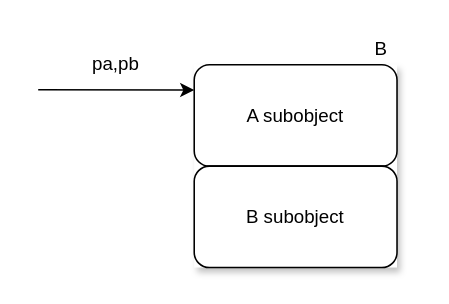
Earlier version of the draw.io diagram Untitled Diagram.drawio (catwang01/Pictures). Source tidied: cells renumbered, new cells numbered last; positions are measured from the earlier drawing's top-left corner, leaving out a move shared by most shapes. Both pictures are drawn from the tidied source at 156%, with x=0, y=0 at pixel (37, 33).
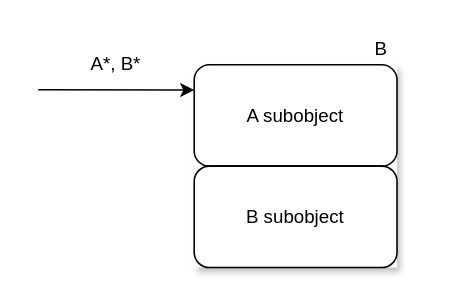
The same page after the edit.

Commit message:
Inside the C++ object model - 1

Diff of the diagram source:
```diff
@@
 <mxGraphModel>
   <root>
     <mxCell id="0" />
     <mxCell id="1" parent="0" />
     <mxCell id="2" style="group;shadow=1;fillColor=#ffffff;" parent="1" vertex="1">
       <mxGeometry x="100" y="20" width="130" height="130" as="geometry" />
     </mxCell>
     <mxCell id="3" value="A subobject" style="rounded=1;whiteSpace=wrap;html=1;" parent="2" vertex="1">
       <mxGeometry width="130" height="65" as="geometry" />
     </mxCell>
     <mxCell id="4" value="B subobject" style="rounded=1;whiteSpace=wrap;html=1;" parent="2" vertex="1">
       <mxGeometry y="65" width="130" height="65" as="geometry" />
     </mxCell>
     <mxCell id="5" value="B" style="text;html=1;strokeColor=none;fillColor=none;align=center;verticalAlign=middle;whiteSpace=wrap;rounded=0;shadow=1;" parent="1" vertex="1">
       <mxGeometry x="200" width="40" height="20" as="geometry" />
     </mxCell>
     <mxCell id="6" style="endArrow=classic;html=1;entryX=0;entryY=0.25;entryDx=0;entryDy=0;" parent="1" edge="1" target="3">
       <mxGeometry relative="1" as="geometry">
         <mxPoint y="36" as="sourcePoint" />
       </mxGeometry>
     </mxCell>
-    <mxCell id="7" value="pa,pb" style="text;html=1;strokeColor=none;fillColor=none;align=center;verticalAlign=middle;whiteSpace=wrap;rounded=0;shadow=1;" parent="1" vertex="1">
+    <mxCell id="7" value="A*, B*" style="text;html=1;strokeColor=none;fillColor=none;align=center;verticalAlign=middle;whiteSpace=wrap;rounded=0;shadow=1;" parent="1" vertex="1">
       <mxGeometry x="30" y="10" width="40" height="20" as="geometry" />
     </mxCell>
   </root>
 </mxGraphModel>
```
